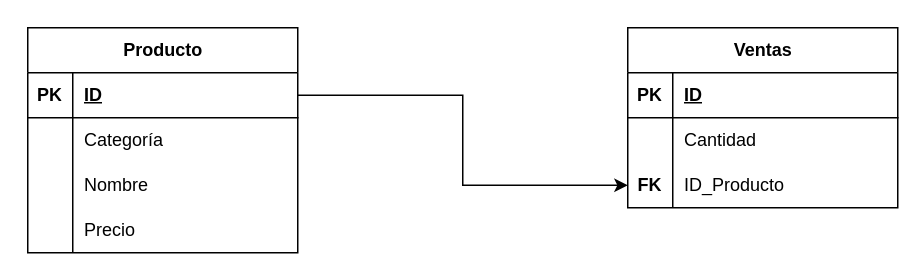
Above: tarea4/Tarea4_MR.drawio in GRMiguelAngel/Base-Datos (draw.io), before the change. Source tidied: cells renumbered, new cells numbered last; positions are measured from the earlier drawing's top-left corner, leaving out a move shared by most shapes. Both pictures are drawn from the tidied source at 150%, with x=0, y=0 at pixel (27, 27).
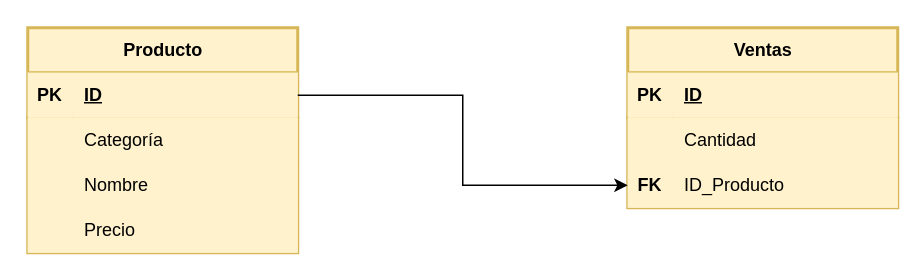
The same diagram, later.

Change to the diagram source:
```diff
@@
-    <mxCell id="2" value="Producto" style="shape=table;startSize=30;childLayout=tableLayout;rowLines=0;fontStyle=1;align=center;html=1;" parent="1" vertex="1">
+    <mxCell id="2" value="Producto" style="shape=table;startSize=30;childLayout=tableLayout;rowLines=0;fontStyle=1;align=center;html=1;fillColor=#fff2cc;strokeColor=#d6b656;strokeWidth=2;perimeterSpacing=0;" parent="1" vertex="1">
       <mxGeometry width="180" height="150" as="geometry" />
     </mxCell>
-    <mxCell id="3" style="shape=tableRow;horizontal=0;startSize=0;swimlaneHead=0;swimlaneBody=0;fillColor=none;points=[[0,0.5],[1,0.5]];portConstraint=eastwest;top=0;left=0;right=0;bottom=1;" parent="2" vertex="1">
+    <mxCell id="3" style="shape=tableRow;horizontal=0;startSize=0;swimlaneHead=0;swimlaneBody=0;fillColor=#fff2cc;points=[[0,0.5],[1,0.5]];portConstraint=eastwest;top=0;left=0;right=0;bottom=1;strokeColor=#d6b656;strokeWidth=2;perimeterSpacing=0;" parent="2" vertex="1">
       <mxGeometry y="30" width="180" height="30" as="geometry" />
     </mxCell>
-    <mxCell id="4" value="PK" style="shape=partialRectangle;fillColor=none;top=0;left=0;bottom=0;right=0;fontStyle=1;overflow=hidden;whiteSpace=wrap;html=1;" parent="3" vertex="1">
+    <mxCell id="4" value="PK" style="shape=partialRectangle;fillColor=#fff2cc;top=0;left=0;bottom=0;right=0;fontStyle=1;overflow=hidden;whiteSpace=wrap;html=1;strokeColor=#d6b656;strokeWidth=2;perimeterSpacing=0;" parent="3" vertex="1">
       <mxGeometry width="30" height="30" as="geometry" />
     </mxCell>
-    <mxCell id="5" value="ID" style="shape=partialRectangle;fillColor=none;top=0;left=0;bottom=0;right=0;align=left;spacingLeft=6;fontStyle=5;overflow=hidden;whiteSpace=wrap;html=1;" parent="3" vertex="1">
+    <mxCell id="5" value="ID" style="shape=partialRectangle;fillColor=#fff2cc;top=0;left=0;bottom=0;right=0;align=left;spacingLeft=6;fontStyle=5;overflow=hidden;whiteSpace=wrap;html=1;strokeColor=#d6b656;strokeWidth=2;perimeterSpacing=0;" parent="3" vertex="1">
       <mxGeometry x="30" width="150" height="30" as="geometry" />
     </mxCell>
-    <mxCell id="6" style="shape=tableRow;horizontal=0;startSize=0;swimlaneHead=0;swimlaneBody=0;fillColor=none;top=0;left=0;right=0;bottom=0;" parent="2" vertex="1">
+    <mxCell id="6" style="shape=tableRow;horizontal=0;startSize=0;swimlaneHead=0;swimlaneBody=0;fillColor=#fff2cc;top=0;left=0;right=0;bottom=0;strokeColor=#d6b656;strokeWidth=2;perimeterSpacing=0;" parent="2" vertex="1">
       <mxGeometry y="60" width="180" height="30" as="geometry" />
     </mxCell>
-    <mxCell id="7" style="shape=partialRectangle;fillColor=none;top=0;left=0;bottom=0;right=0;overflow=hidden;whiteSpace=wrap;html=1;" parent="6" vertex="1">
+    <mxCell id="7" style="shape=partialRectangle;fillColor=#fff2cc;top=0;left=0;bottom=0;right=0;overflow=hidden;whiteSpace=wrap;html=1;strokeColor=#d6b656;strokeWidth=2;perimeterSpacing=0;" parent="6" vertex="1">
       <mxGeometry width="30" height="30" as="geometry" />
     </mxCell>
-    <mxCell id="8" value="Categoría" style="shape=partialRectangle;fillColor=none;top=0;left=0;bottom=0;right=0;align=left;spacingLeft=6;overflow=hidden;whiteSpace=wrap;html=1;" parent="6" vertex="1">
+    <mxCell id="8" value="Categoría" style="shape=partialRectangle;fillColor=#fff2cc;top=0;left=0;bottom=0;right=0;align=left;spacingLeft=6;overflow=hidden;whiteSpace=wrap;html=1;strokeColor=#d6b656;strokeWidth=2;perimeterSpacing=0;" parent="6" vertex="1">
       <mxGeometry x="30" width="150" height="30" as="geometry" />
     </mxCell>
-    <mxCell id="9" style="shape=tableRow;horizontal=0;startSize=0;swimlaneHead=0;swimlaneBody=0;fillColor=none;top=0;left=0;right=0;bottom=0;" parent="2" vertex="1">
+    <mxCell id="9" style="shape=tableRow;horizontal=0;startSize=0;swimlaneHead=0;swimlaneBody=0;fillColor=#fff2cc;top=0;left=0;right=0;bottom=0;strokeColor=#d6b656;strokeWidth=2;perimeterSpacing=0;" parent="2" vertex="1">
       <mxGeometry y="90" width="180" height="30" as="geometry" />
     </mxCell>
-    <mxCell id="10" style="shape=partialRectangle;fillColor=none;top=0;left=0;bottom=0;right=0;overflow=hidden;whiteSpace=wrap;html=1;" parent="9" vertex="1">
+    <mxCell id="10" style="shape=partialRectangle;fillColor=#fff2cc;top=0;left=0;bottom=0;right=0;overflow=hidden;whiteSpace=wrap;html=1;strokeColor=#d6b656;strokeWidth=2;perimeterSpacing=0;" parent="9" vertex="1">
       <mxGeometry width="30" height="30" as="geometry" />
     </mxCell>
-    <mxCell id="11" value="Nombre" style="shape=partialRectangle;fillColor=none;top=0;left=0;bottom=0;right=0;align=left;spacingLeft=6;overflow=hidden;whiteSpace=wrap;html=1;" parent="9" vertex="1">
+    <mxCell id="11" value="Nombre" style="shape=partialRectangle;fillColor=#fff2cc;top=0;left=0;bottom=0;right=0;align=left;spacingLeft=6;overflow=hidden;whiteSpace=wrap;html=1;strokeColor=#d6b656;strokeWidth=2;perimeterSpacing=0;" parent="9" vertex="1">
       <mxGeometry x="30" width="150" height="30" as="geometry" />
     </mxCell>
-    <mxCell id="12" style="shape=tableRow;horizontal=0;startSize=0;swimlaneHead=0;swimlaneBody=0;fillColor=none;top=0;left=0;right=0;bottom=0;" parent="2" vertex="1">
+    <mxCell id="12" style="shape=tableRow;horizontal=0;startSize=0;swimlaneHead=0;swimlaneBody=0;fillColor=#fff2cc;top=0;left=0;right=0;bottom=0;strokeColor=#d6b656;strokeWidth=2;perimeterSpacing=0;" parent="2" vertex="1">
       <mxGeometry y="120" width="180" height="30" as="geometry" />
     </mxCell>
-    <mxCell id="13" style="shape=partialRectangle;fillColor=none;top=0;left=0;bottom=0;right=0;overflow=hidden;whiteSpace=wrap;html=1;" parent="12" vertex="1">
+    <mxCell id="13" style="shape=partialRectangle;fillColor=#fff2cc;top=0;left=0;bottom=0;right=0;overflow=hidden;whiteSpace=wrap;html=1;strokeColor=#d6b656;strokeWidth=2;perimeterSpacing=0;" parent="12" vertex="1">
       <mxGeometry width="30" height="30" as="geometry" />
     </mxCell>
-    <mxCell id="14" value="Precio" style="shape=partialRectangle;fillColor=none;top=0;left=0;bottom=0;right=0;align=left;spacingLeft=6;overflow=hidden;whiteSpace=wrap;html=1;" parent="12" vertex="1">
+    <mxCell id="14" value="Precio" style="shape=partialRectangle;fillColor=#fff2cc;top=0;left=0;bottom=0;right=0;align=left;spacingLeft=6;overflow=hidden;whiteSpace=wrap;html=1;strokeColor=#d6b656;strokeWidth=2;perimeterSpacing=0;" parent="12" vertex="1">
       <mxGeometry x="30" width="150" height="30" as="geometry" />
     </mxCell>
-    <mxCell id="15" value="Ventas" style="shape=table;startSize=30;childLayout=tableLayout;rowLines=0;fontStyle=1;align=center;html=1;" parent="1" vertex="1">
+    <mxCell id="15" value="Ventas" style="shape=table;startSize=30;childLayout=tableLayout;rowLines=0;fontStyle=1;align=center;html=1;fillColor=#fff2cc;strokeColor=#d6b656;strokeWidth=2;" parent="1" vertex="1">
       <mxGeometry x="400" width="180" height="120" as="geometry" />
     </mxCell>
-    <mxCell id="16" style="shape=tableRow;horizontal=0;startSize=0;swimlaneHead=0;swimlaneBody=0;fillColor=none;top=0;left=0;right=0;bottom=1;" parent="15" vertex="1">
+    <mxCell id="16" style="shape=tableRow;horizontal=0;startSize=0;swimlaneHead=0;swimlaneBody=0;fillColor=#fff2cc;top=0;left=0;right=0;bottom=1;strokeColor=#d6b656;strokeWidth=2;" parent="15" vertex="1">
       <mxGeometry y="30" width="180" height="30" as="geometry" />
     </mxCell>
-    <mxCell id="17" value="PK" style="shape=partialRectangle;fillColor=none;top=0;left=0;bottom=0;right=0;fontStyle=1;overflow=hidden;whiteSpace=wrap;html=1;" parent="16" vertex="1">
+    <mxCell id="17" value="PK" style="shape=partialRectangle;fillColor=#fff2cc;top=0;left=0;bottom=0;right=0;fontStyle=1;overflow=hidden;whiteSpace=wrap;html=1;strokeColor=#d6b656;strokeWidth=2;" parent="16" vertex="1">
       <mxGeometry width="30" height="30" as="geometry" />
     </mxCell>
-    <mxCell id="18" value="ID" style="shape=partialRectangle;fillColor=none;top=0;left=0;bottom=0;right=0;align=left;spacingLeft=6;fontStyle=5;overflow=hidden;whiteSpace=wrap;html=1;" parent="16" vertex="1">
+    <mxCell id="18" value="ID" style="shape=partialRectangle;fillColor=#fff2cc;top=0;left=0;bottom=0;right=0;align=left;spacingLeft=6;fontStyle=5;overflow=hidden;whiteSpace=wrap;html=1;strokeColor=#d6b656;strokeWidth=2;" parent="16" vertex="1">
       <mxGeometry x="30" width="150" height="30" as="geometry" />
     </mxCell>
-    <mxCell id="19" style="shape=tableRow;horizontal=0;startSize=0;swimlaneHead=0;swimlaneBody=0;fillColor=none;top=0;left=0;right=0;bottom=0;" parent="15" vertex="1">
+    <mxCell id="19" style="shape=tableRow;horizontal=0;startSize=0;swimlaneHead=0;swimlaneBody=0;fillColor=#fff2cc;top=0;left=0;right=0;bottom=0;strokeColor=#d6b656;strokeWidth=2;" parent="15" vertex="1">
       <mxGeometry y="60" width="180" height="30" as="geometry" />
     </mxCell>
-    <mxCell id="20" style="shape=partialRectangle;fillColor=none;top=0;left=0;bottom=0;right=0;overflow=hidden;whiteSpace=wrap;html=1;" parent="19" vertex="1">
+    <mxCell id="20" style="shape=partialRectangle;fillColor=#fff2cc;top=0;left=0;bottom=0;right=0;overflow=hidden;whiteSpace=wrap;html=1;strokeColor=#d6b656;strokeWidth=2;" parent="19" vertex="1">
       <mxGeometry width="30" height="30" as="geometry" />
     </mxCell>
-    <mxCell id="21" value="Cantidad" style="shape=partialRectangle;fillColor=none;top=0;left=0;bottom=0;right=0;align=left;spacingLeft=6;overflow=hidden;whiteSpace=wrap;html=1;" parent="19" vertex="1">
+    <mxCell id="21" value="Cantidad" style="shape=partialRectangle;fillColor=#fff2cc;top=0;left=0;bottom=0;right=0;align=left;spacingLeft=6;overflow=hidden;whiteSpace=wrap;html=1;strokeColor=#d6b656;strokeWidth=2;" parent="19" vertex="1">
       <mxGeometry x="30" width="150" height="30" as="geometry" />
     </mxCell>
-    <mxCell id="22" style="shape=tableRow;horizontal=0;startSize=0;swimlaneHead=0;swimlaneBody=0;fillColor=none;points=[[0,0.5],[1,0.5]];portConstraint=eastwest;top=0;left=0;right=0;bottom=0;" parent="15" vertex="1">
+    <mxCell id="22" style="shape=tableRow;horizontal=0;startSize=0;swimlaneHead=0;swimlaneBody=0;fillColor=#fff2cc;points=[[0,0.5],[1,0.5]];portConstraint=eastwest;top=0;left=0;right=0;bottom=0;strokeColor=#d6b656;strokeWidth=2;" parent="15" vertex="1">
       <mxGeometry y="90" width="180" height="30" as="geometry" />
     </mxCell>
-    <mxCell id="23" value="&lt;b&gt;FK&lt;/b&gt;" style="shape=partialRectangle;fillColor=none;top=0;left=0;bottom=0;right=0;overflow=hidden;whiteSpace=wrap;html=1;" parent="22" vertex="1">
+    <mxCell id="23" value="&lt;b&gt;FK&lt;/b&gt;" style="shape=partialRectangle;fillColor=#fff2cc;top=0;left=0;bottom=0;right=0;overflow=hidden;whiteSpace=wrap;html=1;strokeColor=#d6b656;strokeWidth=2;" parent="22" vertex="1">
       <mxGeometry width="30" height="30" as="geometry" />
     </mxCell>
-    <mxCell id="24" value="ID_Producto" style="shape=partialRectangle;fillColor=none;top=0;left=0;bottom=0;right=0;align=left;spacingLeft=6;overflow=hidden;whiteSpace=wrap;html=1;" parent="22" vertex="1">
+    <mxCell id="24" value="ID_Producto" style="shape=partialRectangle;fillColor=#fff2cc;top=0;left=0;bottom=0;right=0;align=left;spacingLeft=6;overflow=hidden;whiteSpace=wrap;html=1;strokeColor=#d6b656;strokeWidth=2;" parent="22" vertex="1">
       <mxGeometry x="30" width="150" height="30" as="geometry" />
     </mxCell>
-    <mxCell id="25" style="edgeStyle=orthogonalEdgeStyle;rounded=0;jettySize=auto;html=1;entryX=0;entryY=0.5;entryDx=0;entryDy=0;" parent="1" edge="1" source="3" target="22">
-      <mxGeometry relative="1" as="geometry" />
+    <mxCell id="25" style="edgeStyle=orthogonalEdgeStyle;rounded=0;jettySize=auto;html=1;entryX=0;entryY=0.5;entryDx=0;entryDy=0;fillColor=#fff2cc;strokeColor=#000000;strokeWidth=1;" parent="1" edge="1" source="3" target="22">
+      <mxGeometry relative="1" as="geometry">
+        <Array as="points">
+          <mxPoint x="290" y="45" />
+          <mxPoint x="290" y="105" />
+        </Array>
+      </mxGeometry>
     </mxCell>
```
